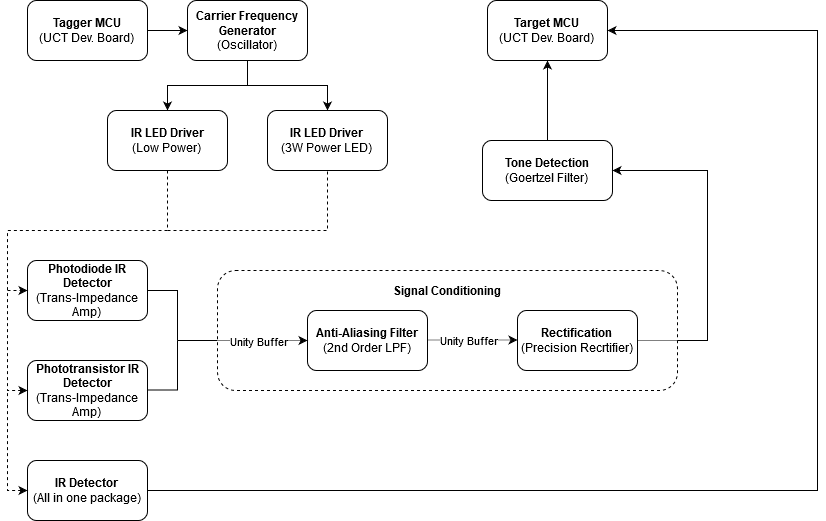
wylieza/thesis keeps this draw.io diagram as figures/design/system_overview_hardware.png. Above is the earlier version. Source tidied: cells renumbered, new cells last; positions are measured from the earlier drawing's top-left corner, leaving out a move shared by most shapes.
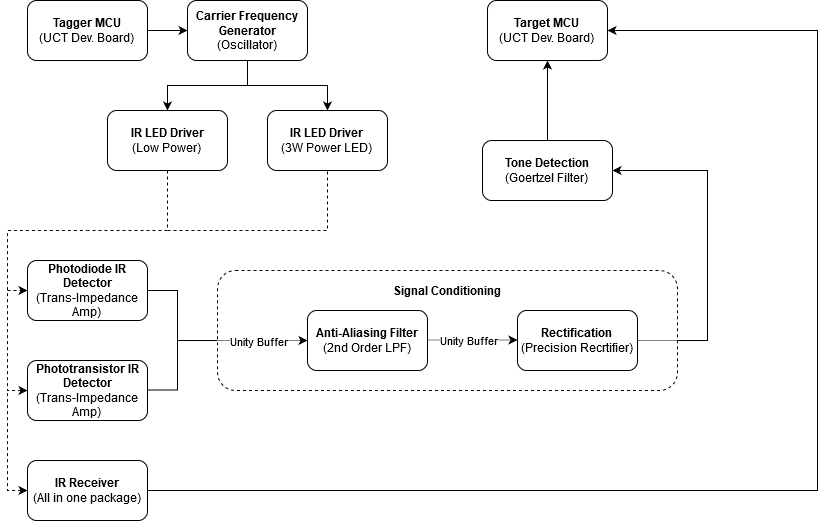
The same file after the commit.

Commit message:
some structuring of the design sections

Change to the diagram source:
```diff
@@ -79,7 +79,7 @@
         </Array>
       </mxGeometry>
     </mxCell>
-    <mxCell id="20" value="&lt;div&gt;&lt;b&gt;IR Detector&lt;br&gt;&lt;/b&gt;&lt;/div&gt;&lt;div&gt;(All in one package)&lt;br&gt;&lt;b&gt;&lt;/b&gt;&lt;/div&gt;" style="rounded=1;whiteSpace=wrap;html=1;" parent="1" vertex="1">
+    <mxCell id="20" value="&lt;div&gt;&lt;b&gt;IR Receiver&lt;br&gt;&lt;/b&gt;&lt;/div&gt;&lt;div&gt;(All in one package)&lt;br&gt;&lt;b&gt;&lt;/b&gt;&lt;/div&gt;" style="rounded=1;whiteSpace=wrap;html=1;" parent="1" vertex="1">
       <mxGeometry x="20" y="460" width="120" height="60" as="geometry" />
     </mxCell>
     <mxCell id="21" style="endArrow=none;dashed=1;html=1;exitX=0;exitY=0.5;exitDx=0;exitDy=0;rounded=0;startArrow=classic;startFill=1;" parent="1" edge="1" source="20">
```
